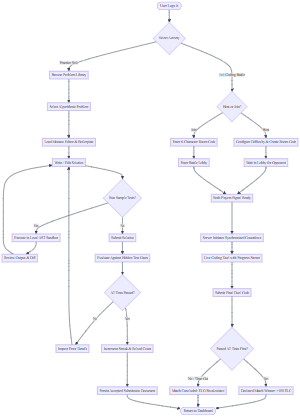
Earlier version of the Mermaid export diagrams/09_activity_diagram.png (koushikreddy89/Skill-Battle). Its source is kept beside it as diagrams/09_activity_diagram.mmd.
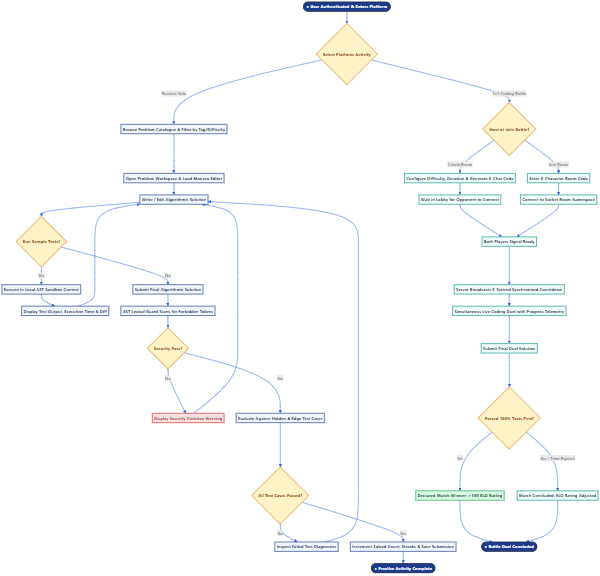
Above is the later version.

The edit, as a diff of the source:
```diff
@@ -1,35 +1,47 @@
 flowchart TD
-    Start([User Logs In]) --> Choice{Select Activity}
+    StartNode([● User Authenticated & Enters Platform]):::nodeStart --> ActivityChoice{Select Platform Activity}:::decisionStyle
 
-    Choice -->|Practice Solo| Browse[Browse Problem Library]
-    Browse --> SelectProb[Select Algorithmic Problem]
-    SelectProb --> LoadEditor[Load Monaco Editor & Boilerplate]
-    LoadEditor --> WriteCode[Write / Edit Solution]
-    WriteCode --> RunSample{Run Sample Tests?}
-    RunSample -->|Yes| ExecSample[Execute in Local AST Sandbox]
-    ExecSample --> ReviewSample[Review Output & Diff]
-    ReviewSample --> WriteCode
-    RunSample -->|No| SubmitFinal[Submit Solution]
-    SubmitFinal --> EvalHidden[Evaluate Against Hidden Test Cases]
-    EvalHidden --> CheckAccepted{All Tests Passed?}
-    CheckAccepted -->|No| FixCode[Inspect Error Details]
-    FixCode --> WriteCode
-    CheckAccepted -->|Yes| UpdateStats[Increment Streak & Solved Count]
-    UpdateStats --> SaveSub[Persist Accepted Submission Document]
+    ActivityChoice -->|Practice Solo| SoloPath[Browse Problem Catalogue & Filter by Tag/Difficulty]:::practiceStyle
+    SoloPath --> OpenProblem[Open Problem Workspace & Load Monaco Editor]:::practiceStyle
+    OpenProblem --> WriteCode[Write / Edit Algorithmic Solution]:::practiceStyle
+    WriteCode --> TestChoice{Run Sample Tests?}:::decisionStyle
 
-    Choice -->|1v1 Coding Battle| BattleChoice{Host or Join?}
-    BattleChoice -->|Host| CreateRoom[Configure Difficulty & Create Room Code]
-    CreateRoom --> WaitOpponent[Wait in Lobby for Opponent]
-    BattleChoice -->|Join| EnterCode[Enter 6-Character Room Code]
-    EnterCode --> JoinLobby[Enter Battle Lobby]
-    WaitOpponent --> ReadyCheck[Both Players Signal Ready]
-    JoinLobby --> ReadyCheck
-    ReadyCheck --> SyncCountdown[Server Initiates Synchronized Countdown]
-    SyncCountdown --> BattleLive[Live Coding Duel with Progress Stream]
-    BattleLive --> BattleSubmit[Submit Final Duel Code]
-    BattleSubmit --> CheckWin{Passed All Tests First?}
-    CheckWin -->|Yes| Winner[Declared Match Winner: +100 ELO]
-    CheckWin -->|No / Time Out| RunnerUp[Match Concluded: ELO Recalculated]
-    Winner --> EndBattle([Return to Dashboard])
-    RunnerUp --> EndBattle
-    SaveSub --> EndBattle
+    TestChoice -->|Yes| ExecSample[Execute in Local AST Sandbox Context]:::practiceStyle
+    ExecSample --> DisplayResults[Display Test Output, Execution Time & Diff]:::practiceStyle
+    DisplayResults --> WriteCode
+
+    TestChoice -->|No| SubmitSolution[Submit Final Algorithmic Solution]:::practiceStyle
+    SubmitSolution --> ScanAST[AST Lexical Guard Scans for Forbidden Tokens]:::practiceStyle
+    ScanAST --> ASTCheck{Security Pass?}:::decisionStyle
+    ASTCheck -->|No| SecurityAlert[Display Security Violation Warning]:::errorStyle
+    SecurityAlert --> WriteCode
+    ASTCheck -->|Yes| EvalHidden[Evaluate Against Hidden & Edge Test Cases]:::practiceStyle
+    EvalHidden --> GradingCheck{All Test Cases Passed?}:::decisionStyle
+    GradingCheck -->|No| ShowFailures[Inspect Failed Test Diagnostics]:::practiceStyle
+    ShowFailures --> WriteCode
+    GradingCheck -->|Yes| UpdateStats[Increment Solved Count, Streaks & Save Submission]:::practiceStyle
+    UpdateStats --> PracticeComplete([● Practice Activity Complete]):::nodeEnd
+
+    ActivityChoice -->|1v1 Coding Battle| BattleMode{Host or Join Battle?}:::decisionStyle
+    BattleMode -->|Create Room| CreateLobby[Configure Difficulty, Duration & Generate 6-Char Code]:::battleStyle
+    CreateLobby --> WaitOpponent[Wait in Lobby for Opponent to Connect]:::battleStyle
+    BattleMode -->|Join Room| EnterCode[Enter 6-Character Room Code]:::battleStyle
+    EnterCode --> JoinLobby[Connect to Socket Room Namespace]:::battleStyle
+    WaitOpponent --> ReadyHandshake[Both Players Signal Ready]:::battleStyle
+    JoinLobby --> ReadyHandshake
+    ReadyHandshake --> Countdown[Server Broadcasts 5-Second Synchronized Countdown]:::battleStyle
+    Countdown --> BattleDuel[Simultaneous Live Coding Duel with Progress Telemetry]:::battleStyle
+    BattleDuel --> BattleSubmit[Submit Final Duel Solution]:::battleStyle
+    BattleSubmit --> DuelGrade{Passed 100% Tests First?}:::decisionStyle
+    DuelGrade -->|Yes| WinMatch[Declared Match Winner: +100 ELO Rating]:::winStyle
+    DuelGrade -->|No / Time Expired| ConcludeMatch[Match Concluded: ELO Rating Adjusted]:::battleStyle
+    WinMatch --> BattleComplete([● Battle Duel Concluded]):::nodeEnd
+    ConcludeMatch --> BattleComplete
+
+    classDef nodeStart fill:#1E3A8A,stroke:#0F172A,stroke-width:2.5px,color:#FFFFFF,font-weight:700;
+    classDef nodeEnd fill:#1E3A8A,stroke:#0F172A,stroke-width:2.5px,color:#FFFFFF,font-weight:700;
+    classDef decisionStyle fill:#FEF3C7,stroke:#D97706,stroke-width:2px,color:#92400E,font-weight:700;
+    classDef practiceStyle fill:#EFF6FF,stroke:#1E3A8A,stroke-width:2px,color:#0F172A,font-weight:600;
+    classDef battleStyle fill:#F0FDFA,stroke:#0D9488,stroke-width:2px,color:#0F172A,font-weight:600;
+    classDef winStyle fill:#DCFCE7,stroke:#16A34A,stroke-width:2px,color:#14532D,font-weight:700;
+    classDef errorStyle fill:#FEE2E2,stroke:#DC2626,stroke-width:2px,color:#7F1D1D,font-weight:600;
```
